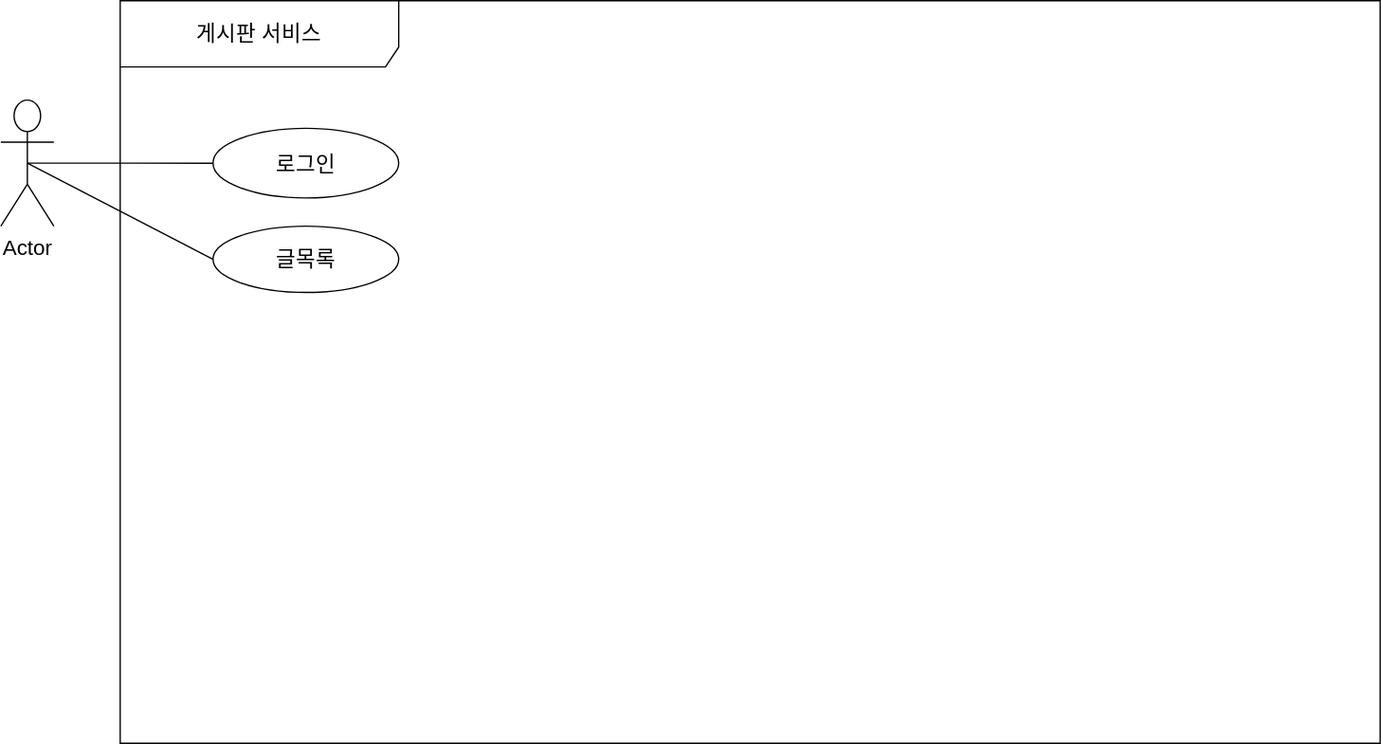
This is JBoard1/게시판 유스케이스.svg from kimchae00/JSP, a draw.io export, as it was before one commit. Source tidied: cells renumbered, new cells last; positions are measured from the earlier drawing's top-left corner, leaving out a move shared by most shapes.
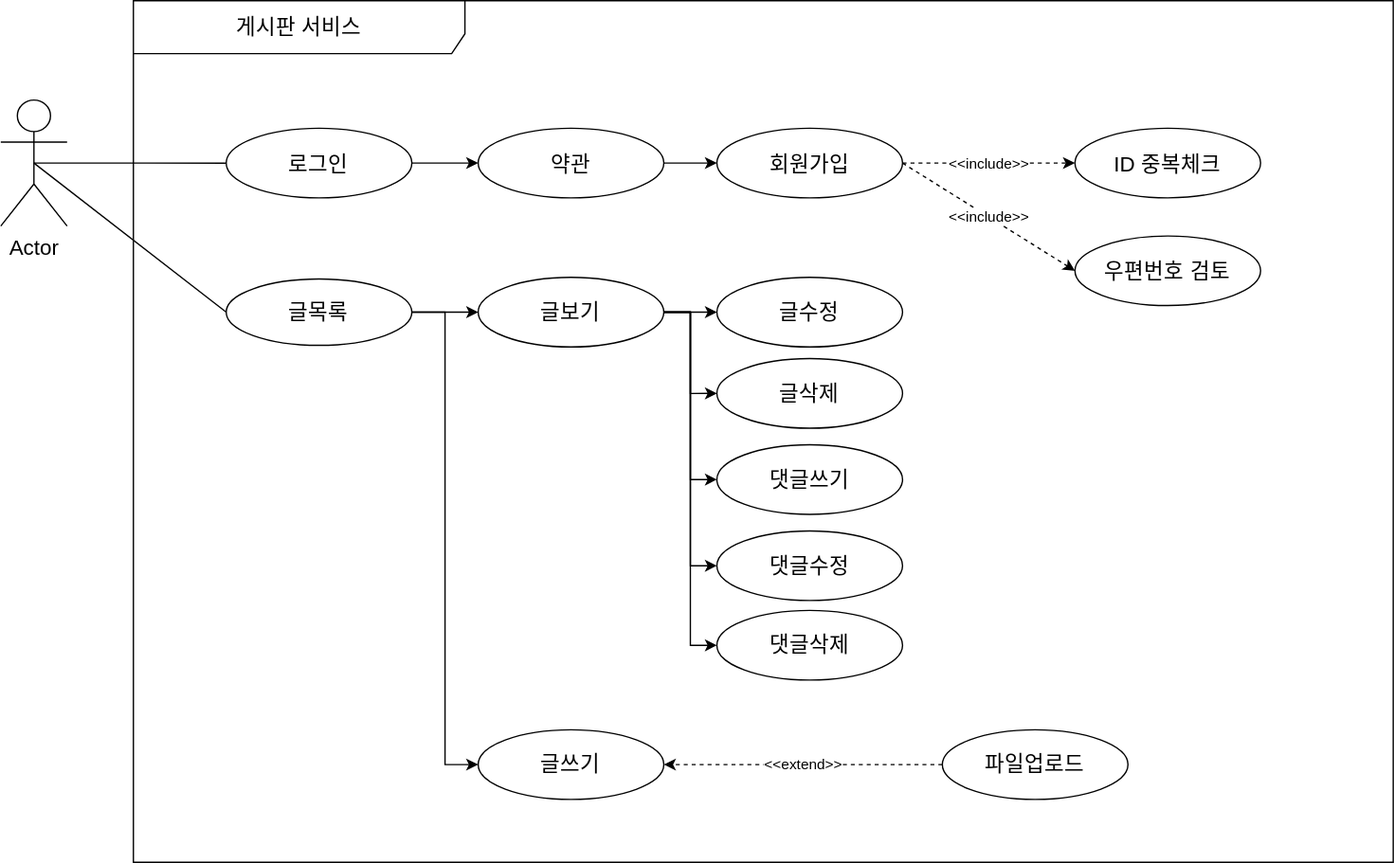
The same file after the commit.

What changed in the source:
```diff
@@ -9,16 +9,88 @@
       <mxGeometry relative="1" as="geometry" />
     </mxCell>
     <mxCell id="4" value="&lt;font style=&quot;font-size: 16px;&quot;&gt;Actor&lt;/font&gt;" style="shape=umlActor;verticalLabelPosition=bottom;verticalAlign=top;html=1;" parent="1" vertex="1">
-      <mxGeometry y="75" width="40" height="95" as="geometry" />
+      <mxGeometry x="-10" y="75" width="50" height="95" as="geometry" />
     </mxCell>
-    <mxCell id="5" value="&lt;font style=&quot;font-size: 16px;&quot;&gt;게시판 서비스&lt;/font&gt;" style="shape=umlFrame;whiteSpace=wrap;html=1;width=210;height=50;" parent="1" vertex="1">
-      <mxGeometry x="90" width="950" height="560" as="geometry" />
+    <mxCell id="5" value="&lt;font style=&quot;font-size: 16px;&quot;&gt;게시판 서비스&lt;/font&gt;" style="shape=umlFrame;whiteSpace=wrap;html=1;width=250;height=40;" parent="1" vertex="1">
+      <mxGeometry x="90" width="950" height="650" as="geometry" />
     </mxCell>
+    <mxCell id="8" style="edgeStyle=orthogonalEdgeStyle;rounded=0;jettySize=auto;html=1;exitX=1;exitY=0.5;exitDx=0;exitDy=0;entryX=0;entryY=0.5;entryDx=0;entryDy=0;" parent="1" edge="1" source="6" target="12">
+      <mxGeometry relative="1" as="geometry" />
+    </mxCell>
     <mxCell id="6" value="&lt;font style=&quot;font-size: 16px;&quot;&gt;로그인&lt;/font&gt;" style="ellipse;whiteSpace=wrap;html=1;" parent="1" vertex="1">
       <mxGeometry x="160" y="96.2" width="140" height="52.5" as="geometry" />
     </mxCell>
+    <mxCell id="9" style="edgeStyle=orthogonalEdgeStyle;rounded=0;jettySize=auto;html=1;exitX=1;exitY=0.5;exitDx=0;exitDy=0;entryX=0;entryY=0.5;entryDx=0;entryDy=0;" parent="1" edge="1" source="7" target="23">
+      <mxGeometry relative="1" as="geometry" />
+    </mxCell>
+    <mxCell id="10" style="edgeStyle=orthogonalEdgeStyle;rounded=0;jettySize=auto;html=1;exitX=1;exitY=0.5;exitDx=0;exitDy=0;entryX=0;entryY=0.5;entryDx=0;entryDy=0;" parent="1" edge="1" source="7" target="28">
+      <mxGeometry relative="1" as="geometry" />
+    </mxCell>
     <mxCell id="7" value="&lt;font style=&quot;font-size: 16px;&quot;&gt;글목록&lt;/font&gt;" style="ellipse;whiteSpace=wrap;html=1;" parent="1" vertex="1">
-      <mxGeometry x="160" y="170" width="140" height="50" as="geometry" />
+      <mxGeometry x="160" y="210" width="140" height="50" as="geometry" />
     </mxCell>
+    <mxCell id="11" style="edgeStyle=orthogonalEdgeStyle;rounded=0;jettySize=auto;html=1;exitX=1;exitY=0.5;exitDx=0;exitDy=0;entryX=0;entryY=0.5;entryDx=0;entryDy=0;" parent="1" edge="1" source="12" target="15">
+      <mxGeometry relative="1" as="geometry" />
+    </mxCell>
+    <mxCell id="12" value="&lt;font style=&quot;font-size: 16px;&quot;&gt;약관&lt;/font&gt;" style="ellipse;whiteSpace=wrap;html=1;" parent="1" vertex="1">
+      <mxGeometry x="350" y="96.2" width="140" height="52.5" as="geometry" />
+    </mxCell>
+    <mxCell id="13" value="&amp;lt;&amp;lt;include&amp;gt;&amp;gt;" style="edgeStyle=orthogonalEdgeStyle;rounded=0;jettySize=auto;html=1;exitX=1;exitY=0.5;exitDx=0;exitDy=0;entryX=0;entryY=0.5;entryDx=0;entryDy=0;dashed=1;" parent="1" edge="1" source="15" target="16">
+      <mxGeometry relative="1" as="geometry" />
+    </mxCell>
+    <mxCell id="14" value="&amp;lt;&amp;lt;include&amp;gt;&amp;gt;" style="rounded=0;jettySize=auto;html=1;exitX=1;exitY=0.5;exitDx=0;exitDy=0;entryX=0;entryY=0.5;entryDx=0;entryDy=0;dashed=1;" parent="1" edge="1" source="15" target="17">
+      <mxGeometry relative="1" as="geometry" />
+    </mxCell>
+    <mxCell id="15" value="&lt;font style=&quot;font-size: 16px;&quot;&gt;회원가입&lt;/font&gt;" style="ellipse;whiteSpace=wrap;html=1;" parent="1" vertex="1">
+      <mxGeometry x="530" y="96.2" width="140" height="52.5" as="geometry" />
+    </mxCell>
+    <mxCell id="16" value="&lt;font style=&quot;font-size: 16px;&quot;&gt;ID 중복체크&lt;/font&gt;" style="ellipse;whiteSpace=wrap;html=1;" parent="1" vertex="1">
+      <mxGeometry x="800" y="96.2" width="140" height="52.5" as="geometry" />
+    </mxCell>
+    <mxCell id="17" value="&lt;span style=&quot;font-size: 16px;&quot;&gt;우편번호 검토&lt;/span&gt;" style="ellipse;whiteSpace=wrap;html=1;" parent="1" vertex="1">
+      <mxGeometry x="800" y="177.5" width="140" height="52.5" as="geometry" />
+    </mxCell>
+    <mxCell id="18" style="edgeStyle=orthogonalEdgeStyle;rounded=0;jettySize=auto;html=1;exitX=1;exitY=0.5;exitDx=0;exitDy=0;entryX=0;entryY=0.5;entryDx=0;entryDy=0;" parent="1" edge="1" source="23" target="24">
+      <mxGeometry relative="1" as="geometry" />
+    </mxCell>
+    <mxCell id="19" style="edgeStyle=orthogonalEdgeStyle;rounded=0;jettySize=auto;html=1;exitX=1;exitY=0.5;exitDx=0;exitDy=0;entryX=0;entryY=0.5;entryDx=0;entryDy=0;" parent="1" edge="1" source="23" target="25">
+      <mxGeometry relative="1" as="geometry" />
+    </mxCell>
+    <mxCell id="20" style="edgeStyle=orthogonalEdgeStyle;rounded=0;jettySize=auto;html=1;exitX=1;exitY=0.5;exitDx=0;exitDy=0;entryX=0;entryY=0.5;entryDx=0;entryDy=0;" parent="1" edge="1" source="23" target="26">
+      <mxGeometry relative="1" as="geometry" />
+    </mxCell>
+    <mxCell id="21" style="edgeStyle=orthogonalEdgeStyle;rounded=0;jettySize=auto;html=1;exitX=1;exitY=0.5;exitDx=0;exitDy=0;entryX=0;entryY=0.5;entryDx=0;entryDy=0;" parent="1" edge="1" source="23" target="27">
+      <mxGeometry relative="1" as="geometry" />
+    </mxCell>
+    <mxCell id="22" style="edgeStyle=orthogonalEdgeStyle;rounded=0;jettySize=auto;html=1;exitX=1;exitY=0.5;exitDx=0;exitDy=0;entryX=0;entryY=0.5;entryDx=0;entryDy=0;" parent="1" edge="1" source="23" target="31">
+      <mxGeometry relative="1" as="geometry" />
+    </mxCell>
+    <mxCell id="23" value="&lt;font style=&quot;font-size: 16px;&quot;&gt;글보기&lt;/font&gt;" style="ellipse;whiteSpace=wrap;html=1;" parent="1" vertex="1">
+      <mxGeometry x="350" y="208.8" width="140" height="52.5" as="geometry" />
+    </mxCell>
+    <mxCell id="24" value="&lt;font style=&quot;font-size: 16px;&quot;&gt;글수정&lt;/font&gt;" style="ellipse;whiteSpace=wrap;html=1;" parent="1" vertex="1">
+      <mxGeometry x="530" y="208.8" width="140" height="52.5" as="geometry" />
+    </mxCell>
+    <mxCell id="25" value="&lt;font style=&quot;font-size: 16px;&quot;&gt;글삭제&lt;/font&gt;" style="ellipse;whiteSpace=wrap;html=1;" parent="1" vertex="1">
+      <mxGeometry x="530" y="270" width="140" height="52.5" as="geometry" />
+    </mxCell>
+    <mxCell id="26" value="&lt;font style=&quot;font-size: 16px;&quot;&gt;댓글쓰기&lt;/font&gt;" style="ellipse;whiteSpace=wrap;html=1;" parent="1" vertex="1">
+      <mxGeometry x="530" y="335" width="140" height="52.5" as="geometry" />
+    </mxCell>
+    <mxCell id="27" value="&lt;span style=&quot;font-size: 16px;&quot;&gt;댓글수정&lt;/span&gt;" style="ellipse;whiteSpace=wrap;html=1;" parent="1" vertex="1">
+      <mxGeometry x="530" y="400" width="140" height="52.5" as="geometry" />
+    </mxCell>
+    <mxCell id="28" value="&lt;font style=&quot;font-size: 16px;&quot;&gt;글쓰기&lt;/font&gt;" style="ellipse;whiteSpace=wrap;html=1;" parent="1" vertex="1">
+      <mxGeometry x="350" y="550" width="140" height="52.5" as="geometry" />
+    </mxCell>
+    <mxCell id="29" value="&amp;lt;&amp;lt;extend&amp;gt;&amp;gt;" style="edgeStyle=orthogonalEdgeStyle;rounded=0;jettySize=auto;html=1;exitX=0;exitY=0.5;exitDx=0;exitDy=0;entryX=1;entryY=0.5;entryDx=0;entryDy=0;dashed=1;" parent="1" edge="1" source="30" target="28">
+      <mxGeometry relative="1" as="geometry" />
+    </mxCell>
+    <mxCell id="30" value="&lt;font style=&quot;font-size: 16px;&quot;&gt;파일업로드&lt;/font&gt;" style="ellipse;whiteSpace=wrap;html=1;" parent="1" vertex="1">
+      <mxGeometry x="700" y="550" width="140" height="52.5" as="geometry" />
+    </mxCell>
+    <mxCell id="31" value="&lt;font style=&quot;font-size: 16px;&quot;&gt;댓글삭제&lt;/font&gt;" style="ellipse;whiteSpace=wrap;html=1;" parent="1" vertex="1">
+      <mxGeometry x="530" y="460" width="140" height="52.5" as="geometry" />
+    </mxCell>
   </root>
 </mxGraphModel>
```
